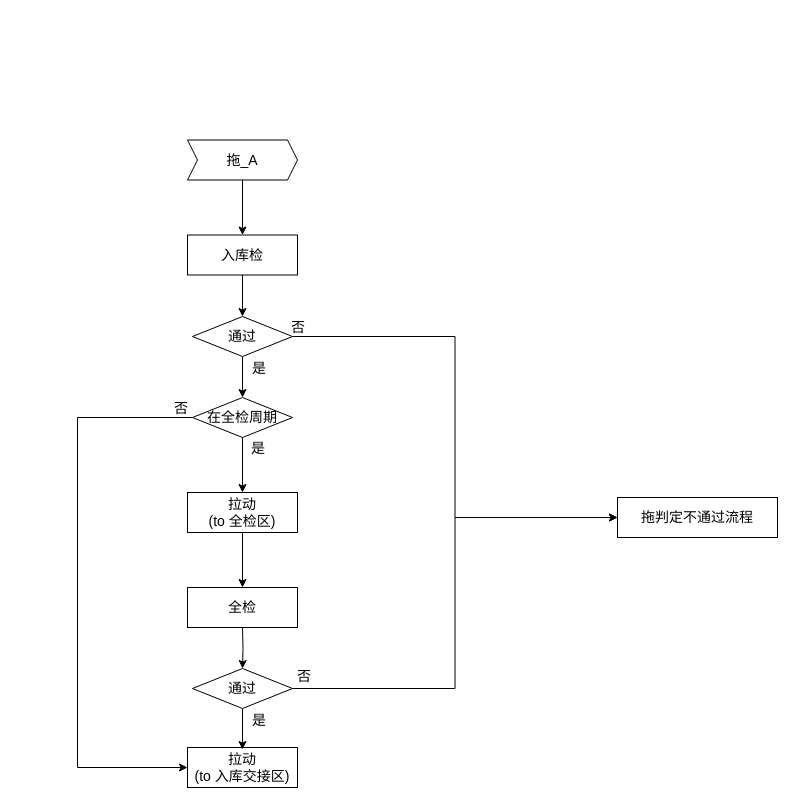
k525056857/mfr keeps this draw.io diagram as page "第 2 页" (2 of 4) of 未命名表单.drawio. Above is the earlier version. Source tidied: cells renumbered, new cells numbered last; positions are measured from the earlier drawing's top-left corner, leaving out a move shared by most shapes. Both pictures are drawn from the tidied source at 100%, with x=0, y=0 at pixel (77, 139).
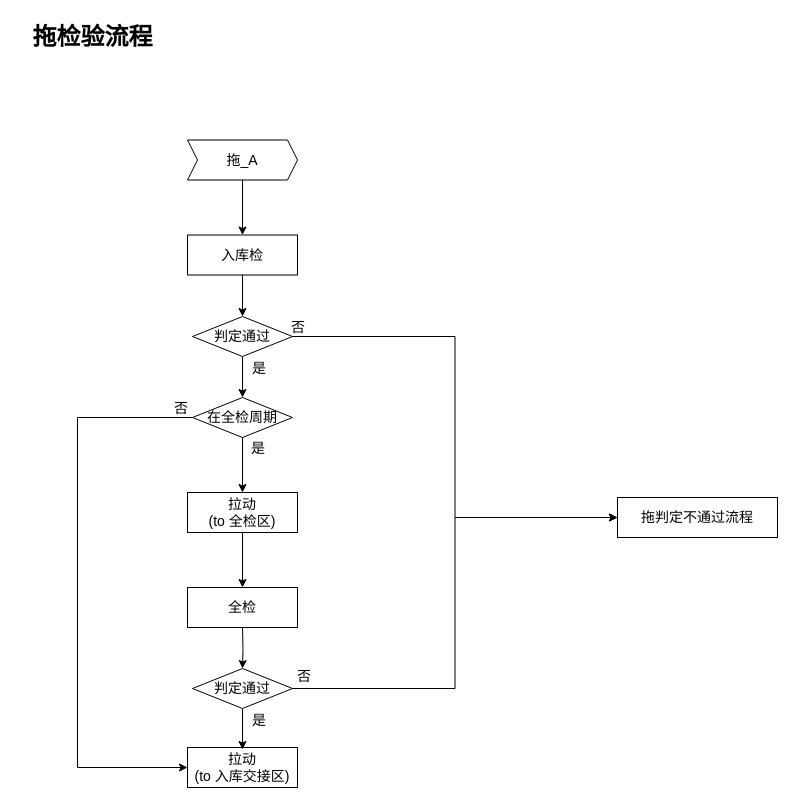
Above is the later version.

The edit, as a diff of the source:
```diff
@@
-    <mxCell id="17" value="通过" style="rhombus;whiteSpace=wrap;html=1;fontSize=14;" parent="1" vertex="1">
+    <mxCell id="17" value="判定通过" style="rhombus;whiteSpace=wrap;html=1;fontSize=14;" parent="1" vertex="1">
       <mxGeometry x="115" y="177" width="100" height="40" as="geometry" />
     </mxCell>
@@
-    <mxCell id="22" value="通过" style="rhombus;whiteSpace=wrap;html=1;fontSize=14;" parent="1" vertex="1">
+    <mxCell id="22" value="判定通过" style="rhombus;whiteSpace=wrap;html=1;fontSize=14;" parent="1" vertex="1">
       <mxGeometry x="115" y="529" width="100" height="40" as="geometry" />
     </mxCell>
@@
+    <mxCell id="27" value="拖检验流程" style="text;strokeColor=none;fillColor=none;html=1;fontSize=24;fontStyle=1;verticalAlign=middle;align=center;" parent="1" vertex="1">
+      <mxGeometry x="-60" y="-122" width="150" height="40" as="geometry" />
+    </mxCell>
```
